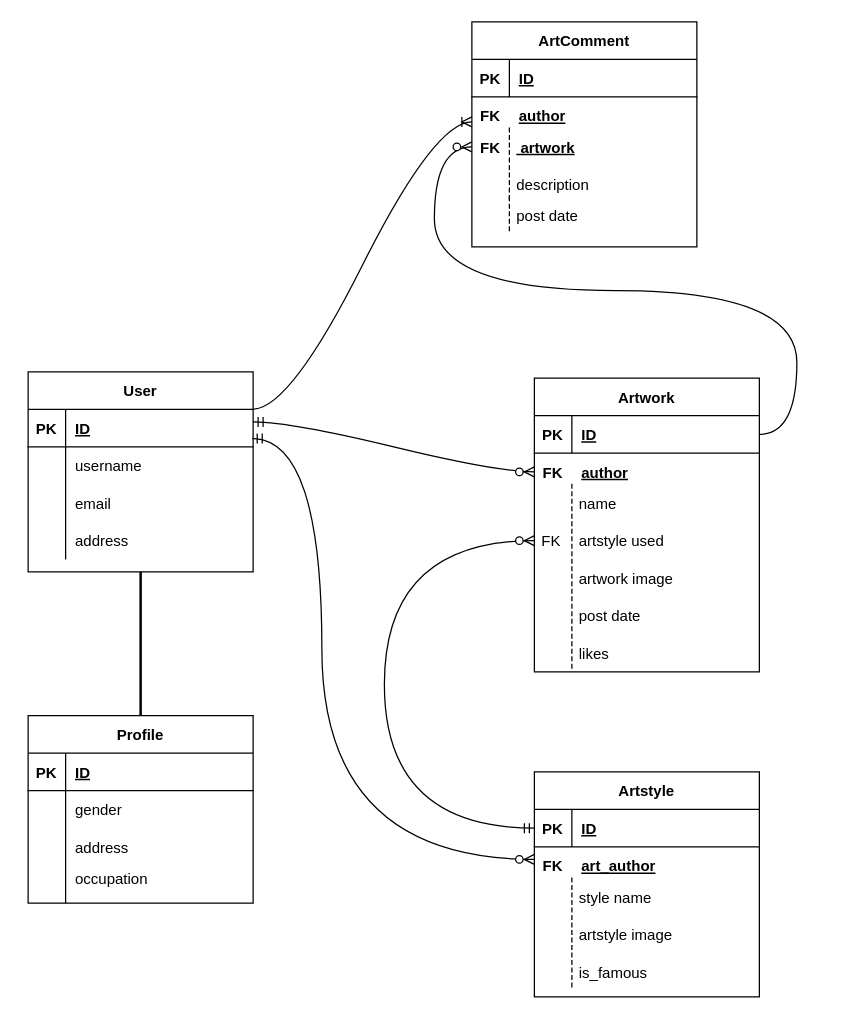
afaiyaz006/artnet keeps this draw.io diagram as artnet_database_design.drawio. Above is the earlier version. Source tidied: cells renumbered, new cells numbered last; positions are measured from the earlier drawing's top-left corner, leaving out a move shared by most shapes. Both pictures are drawn from the tidied source at 125%, with x=0, y=0 at pixel (21, 21).
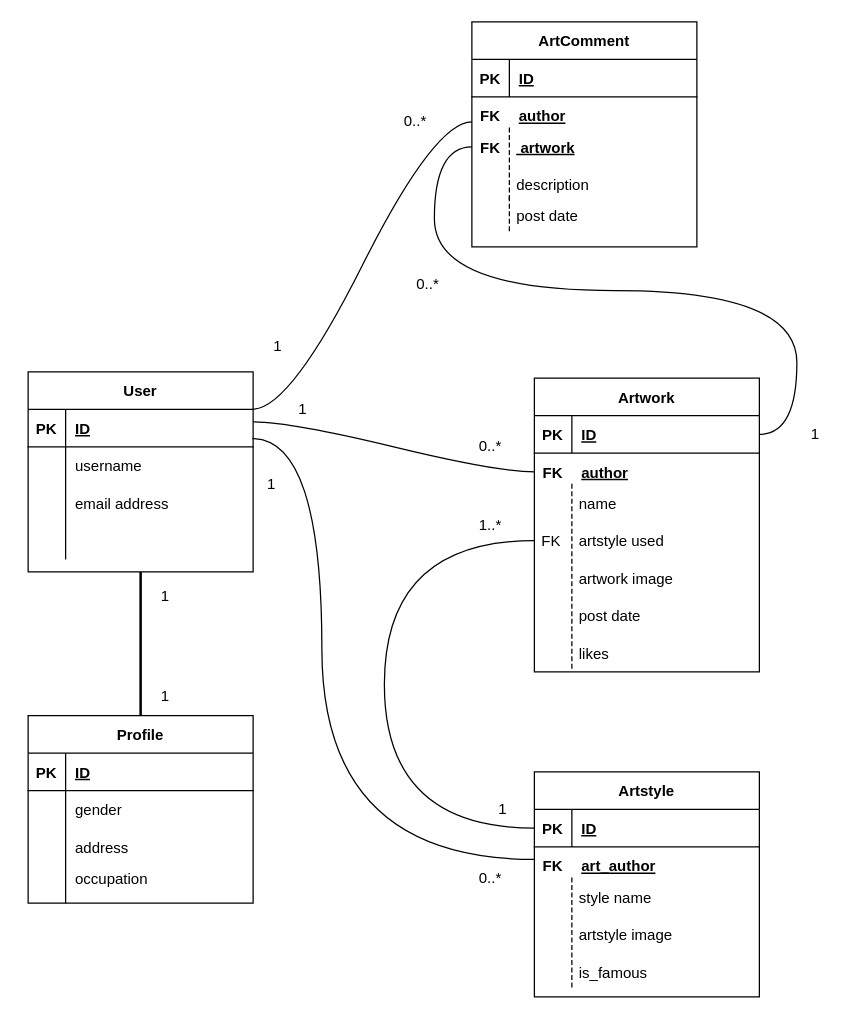
After the change.

Commit message:
updated database diagram

The change refers to these unchanged cells:
```xml
<mxCell id="16" value="User" style="shape=table;startSize=30;childLayout=tableLayout;rowLines=0;fontStyle=1;align=center;gradientColor=none;" parent="1" vertex="1">
  <mxGeometry x="5" y="280" width="180" height="160" as="geometry" />
</mxCell>
<mxCell id="17" style="shape=tableRow;horizontal=0;startSize=0;swimlaneHead=0;swimlaneBody=0;fillColor=none;points=[[0,0.5],[1,0.5]];portConstraint=eastwest;top=0;left=0;right=0;bottom=1;" parent="16" vertex="1">
  <mxGeometry y="30" width="180" height="30" as="geometry" />
</mxCell>
<mxCell id="23" style="shape=tableRow;horizontal=0;startSize=0;swimlaneHead=0;swimlaneBody=0;fillColor=none;top=0;left=0;right=0;bottom=0;" parent="16" vertex="1">
  <mxGeometry y="90" width="180" height="30" as="geometry" />
</mxCell>
<mxCell id="26" style="shape=tableRow;horizontal=0;startSize=0;swimlaneHead=0;swimlaneBody=0;fillColor=none;top=0;left=0;right=0;bottom=0;" parent="16" vertex="1">
  <mxGeometry y="120" width="180" height="30" as="geometry" />
</mxCell>
<mxCell id="33" style="shape=tableRow;horizontal=0;startSize=0;swimlaneHead=0;swimlaneBody=0;fillColor=none;points=[[0,0.5],[1,0.5]];portConstraint=eastwest;top=0;left=0;right=0;bottom=1;" parent="32" vertex="1">
  <mxGeometry y="30" width="180" height="30" as="geometry" />
</mxCell>
<mxCell id="40" value="artstyle used" style="shape=partialRectangle;fillColor=none;align=left;verticalAlign=middle;strokeColor=none;spacingLeft=34;points=[[0,0.5],[1,0.5]];portConstraint=eastwest;" parent="1" vertex="1">
  <mxGeometry x="410" y="400" width="180" height="30" as="geometry" />
</mxCell>
<mxCell id="50" style="shape=tableRow;horizontal=0;startSize=0;swimlaneHead=0;swimlaneBody=0;fillColor=none;points=[[0,0.5],[1,0.5]];portConstraint=eastwest;top=0;left=0;right=0;bottom=1;" parent="49" vertex="1">
  <mxGeometry y="30" width="180" height="30" as="geometry" />
</mxCell>
```

What changed in the source:
```diff
@@
-    <mxCell id="25" value="email" style="shape=partialRectangle;fillColor=none;top=0;left=0;bottom=0;right=0;align=left;spacingLeft=6;overflow=hidden;" parent="23" vertex="1">
+    <mxCell id="25" value="email address" style="shape=partialRectangle;fillColor=none;top=0;left=0;bottom=0;right=0;align=left;spacingLeft=6;overflow=hidden;" parent="23" vertex="1">
       <mxGeometry x="30" width="150" height="30" as="geometry" />
     </mxCell>
@@
-    <mxCell id="28" value="address" style="shape=partialRectangle;fillColor=none;top=0;left=0;bottom=0;right=0;align=left;spacingLeft=6;overflow=hidden;" parent="26" vertex="1">
+    <mxCell id="28" style="shape=partialRectangle;fillColor=none;top=0;left=0;bottom=0;right=0;align=left;spacingLeft=6;overflow=hidden;" parent="26" vertex="1">
       <mxGeometry x="30" width="150" height="30" as="geometry" />
     </mxCell>
@@
-    <mxCell id="48" style="edgeStyle=entityRelationEdgeStyle;fontSize=12;html=1;endArrow=ERzeroToMany;startArrow=ERmandOne;shadow=0;labelBorderColor=none;sketch=0;strokeColor=default;curved=1;jumpStyle=sharp;exitX=1;exitY=0.25;exitDx=0;exitDy=0;" parent="1" edge="1" source="16">
+    <mxCell id="48" style="edgeStyle=entityRelationEdgeStyle;fontSize=12;html=1;endArrow=none;startArrow=none;shadow=0;labelBorderColor=none;sketch=0;strokeColor=default;curved=1;jumpStyle=sharp;exitX=1;exitY=0.25;exitDx=0;exitDy=0;endFill=0;startFill=0;" parent="1" edge="1" source="16">
       <mxGeometry relative="1" as="geometry">
         <mxPoint x="410" y="360" as="targetPoint" />
       </mxGeometry>
     </mxCell>
@@
-    <mxCell id="61" style="edgeStyle=orthogonalEdgeStyle;fontSize=12;html=1;endArrow=ERzeroToMany;startArrow=ERmandOne;shadow=0;labelBorderColor=none;sketch=0;strokeColor=default;jumpStyle=sharp;exitX=0;exitY=0.5;exitDx=0;exitDy=0;elbow=vertical;curved=1;entryX=0;entryY=0.5;entryDx=0;entryDy=0;" parent="1" edge="1" source="50" target="40">
+    <mxCell id="61" style="edgeStyle=orthogonalEdgeStyle;fontSize=12;html=1;endArrow=none;startArrow=none;shadow=0;labelBorderColor=none;sketch=0;strokeColor=default;jumpStyle=sharp;exitX=0;exitY=0.5;exitDx=0;exitDy=0;elbow=vertical;curved=1;entryX=0;entryY=0.5;entryDx=0;entryDy=0;startFill=0;endFill=0;" parent="1" edge="1" source="50" target="40">
       <mxGeometry relative="1" as="geometry">
         <Array as="points">
           <mxPoint x="290" y="645" />
           <mxPoint x="290" y="415" />
         </Array>
       </mxGeometry>
     </mxCell>
-    <mxCell id="62" style="edgeStyle=orthogonalEdgeStyle;fontSize=12;html=1;endArrow=ERzeroToMany;startArrow=ERmandOne;shadow=0;labelBorderColor=none;sketch=0;strokeColor=default;elbow=vertical;jumpStyle=sharp;exitX=0.996;exitY=0.778;exitDx=0;exitDy=0;exitPerimeter=0;curved=1;" parent="1" edge="1" source="17">
+    <mxCell id="62" style="edgeStyle=orthogonalEdgeStyle;fontSize=12;html=1;endArrow=none;startArrow=none;shadow=0;labelBorderColor=none;sketch=0;strokeColor=default;elbow=vertical;jumpStyle=sharp;exitX=0.996;exitY=0.778;exitDx=0;exitDy=0;exitPerimeter=0;curved=1;endFill=0;startFill=0;" parent="1" edge="1" source="17">
       <mxGeometry relative="1" as="geometry">
         <mxPoint x="410" y="670" as="targetPoint" />
         <Array as="points">
           <mxPoint x="240" y="333" />
           <mxPoint x="240" y="670" />
         </Array>
       </mxGeometry>
     </mxCell>
@@
-    <mxCell id="76" style="edgeStyle=entityRelationEdgeStyle;fontSize=12;html=1;endArrow=ERoneToMany;shadow=0;labelBorderColor=none;sketch=0;strokeColor=default;curved=1;jumpStyle=sharp;exitX=0.998;exitY=-0.006;exitDx=0;exitDy=0;exitPerimeter=0;" parent="1" edge="1" source="17">
+    <mxCell id="76" style="edgeStyle=entityRelationEdgeStyle;fontSize=12;html=1;endArrow=none;shadow=0;labelBorderColor=none;sketch=0;strokeColor=default;curved=1;jumpStyle=sharp;exitX=0.998;exitY=-0.006;exitDx=0;exitDy=0;exitPerimeter=0;endFill=0;" parent="1" edge="1" source="17">
       <mxGeometry relative="1" as="geometry">
         <mxPoint x="360" y="80" as="targetPoint" />
       </mxGeometry>
     </mxCell>
-    <mxCell id="77" style="edgeStyle=entityRelationEdgeStyle;fontSize=12;html=1;endArrow=ERzeroToMany;endFill=1;shadow=0;labelBorderColor=none;sketch=0;strokeColor=default;curved=1;jumpStyle=sharp;exitX=1;exitY=0.5;exitDx=0;exitDy=0;" parent="1" edge="1" source="33">
+    <mxCell id="77" style="edgeStyle=entityRelationEdgeStyle;fontSize=12;html=1;endArrow=none;endFill=0;shadow=0;labelBorderColor=none;sketch=0;strokeColor=default;curved=1;jumpStyle=sharp;exitX=1;exitY=0.5;exitDx=0;exitDy=0;" parent="1" edge="1" source="33">
       <mxGeometry relative="1" as="geometry">
         <mxPoint x="360" y="100" as="targetPoint" />
       </mxGeometry>
     </mxCell>
+    <mxCell id="78" value="1" style="text;html=1;strokeColor=none;fillColor=none;align=center;verticalAlign=middle;whiteSpace=wrap;rounded=0;" parent="1" vertex="1">
+      <mxGeometry x="210" y="300" width="30" height="20" as="geometry" />
+    </mxCell>
+    <mxCell id="79" value="0..*" style="text;html=1;strokeColor=none;fillColor=none;align=center;verticalAlign=middle;whiteSpace=wrap;rounded=0;" parent="1" vertex="1">
+      <mxGeometry x="360" y="330" width="30" height="20" as="geometry" />
+    </mxCell>
+    <mxCell id="80" value="0..*" style="text;html=1;strokeColor=none;fillColor=none;align=center;verticalAlign=middle;whiteSpace=wrap;rounded=0;" parent="1" vertex="1">
+      <mxGeometry x="345" y="670" width="60" height="30" as="geometry" />
+    </mxCell>
+    <mxCell id="81" value="1" style="text;html=1;strokeColor=none;fillColor=none;align=center;verticalAlign=middle;whiteSpace=wrap;rounded=0;" parent="1" vertex="1">
+      <mxGeometry x="185" y="360" width="30" height="20" as="geometry" />
+    </mxCell>
+    <mxCell id="82" value="1" style="text;html=1;strokeColor=none;fillColor=none;align=center;verticalAlign=middle;whiteSpace=wrap;rounded=0;" parent="1" vertex="1">
+      <mxGeometry x="100" y="450" width="30" height="20" as="geometry" />
+    </mxCell>
+    <mxCell id="83" value="1" style="text;html=1;strokeColor=none;fillColor=none;align=center;verticalAlign=middle;whiteSpace=wrap;rounded=0;" parent="1" vertex="1">
+      <mxGeometry x="100" y="530" width="30" height="20" as="geometry" />
+    </mxCell>
+    <mxCell id="84" value="1" style="text;html=1;strokeColor=none;fillColor=none;align=center;verticalAlign=middle;whiteSpace=wrap;rounded=0;" parent="1" vertex="1">
+      <mxGeometry x="360" y="620" width="50" height="20" as="geometry" />
+    </mxCell>
+    <mxCell id="85" value="1..*" style="text;html=1;strokeColor=none;fillColor=none;align=center;verticalAlign=middle;whiteSpace=wrap;rounded=0;" parent="1" vertex="1">
+      <mxGeometry x="350" y="392.5" width="50" height="20" as="geometry" />
+    </mxCell>
+    <mxCell id="86" value="1" style="text;html=1;strokeColor=none;fillColor=none;align=center;verticalAlign=middle;whiteSpace=wrap;rounded=0;" parent="1" vertex="1">
+      <mxGeometry x="190" y="250" width="30" height="20" as="geometry" />
+    </mxCell>
+    <mxCell id="87" value="0..*" style="text;html=1;strokeColor=none;fillColor=none;align=center;verticalAlign=middle;whiteSpace=wrap;rounded=0;" parent="1" vertex="1">
+      <mxGeometry x="300" y="70" width="30" height="20" as="geometry" />
+    </mxCell>
+    <mxCell id="88" value="1" style="text;html=1;strokeColor=none;fillColor=none;align=center;verticalAlign=middle;whiteSpace=wrap;rounded=0;" parent="1" vertex="1">
+      <mxGeometry x="620" y="320" width="30" height="20" as="geometry" />
+    </mxCell>
+    <mxCell id="89" value="0..*" style="text;html=1;strokeColor=none;fillColor=none;align=center;verticalAlign=middle;whiteSpace=wrap;rounded=0;" parent="1" vertex="1">
+      <mxGeometry x="310" y="200" width="30" height="20" as="geometry" />
+    </mxCell>
```
